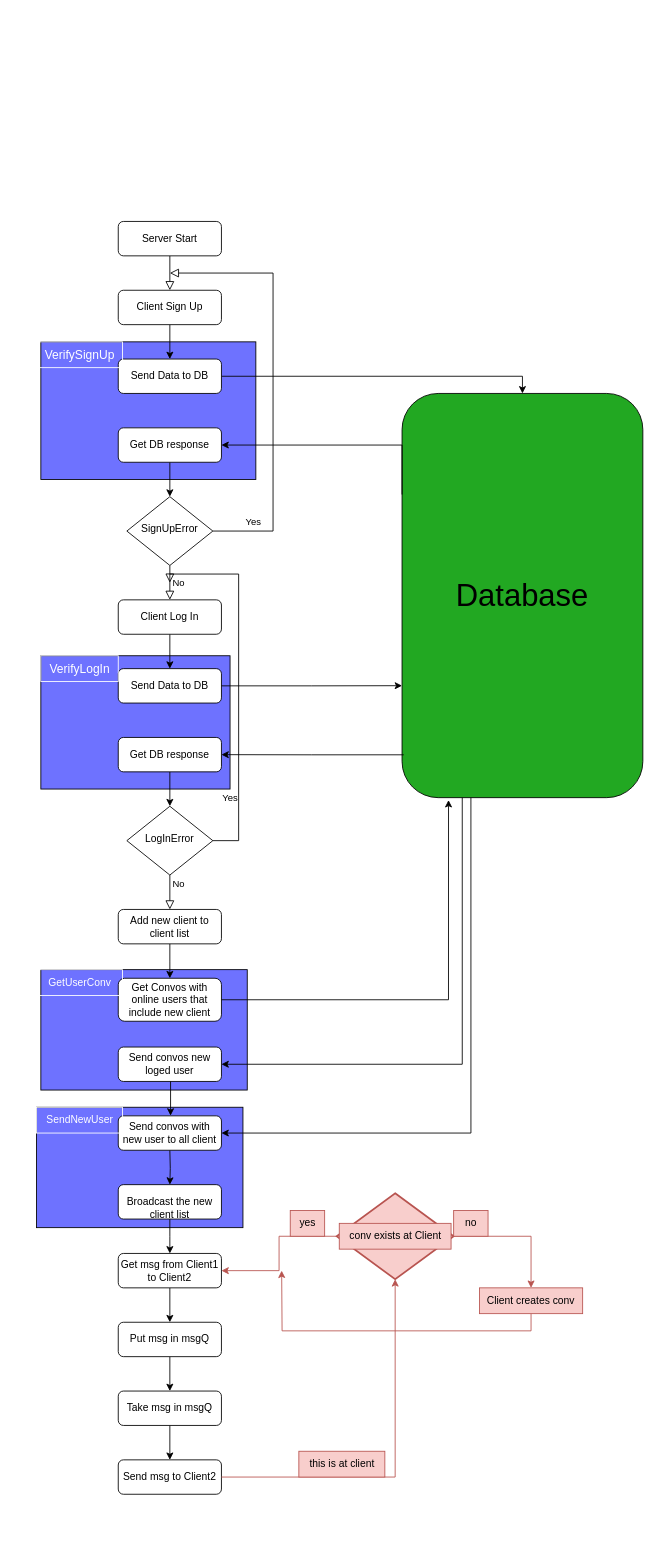
Earlier version of the draw.io diagram Documentatie/FlowChartServer.drawio (Bey0ndExistence/Proiect-IP). Source tidied: cells renumbered, new cells numbered last; positions are measured from the earlier drawing's top-left corner, leaving out a move shared by most shapes. Both pictures are drawn from the tidied source at 86%, with x=0, y=0 at pixel (36, 221).
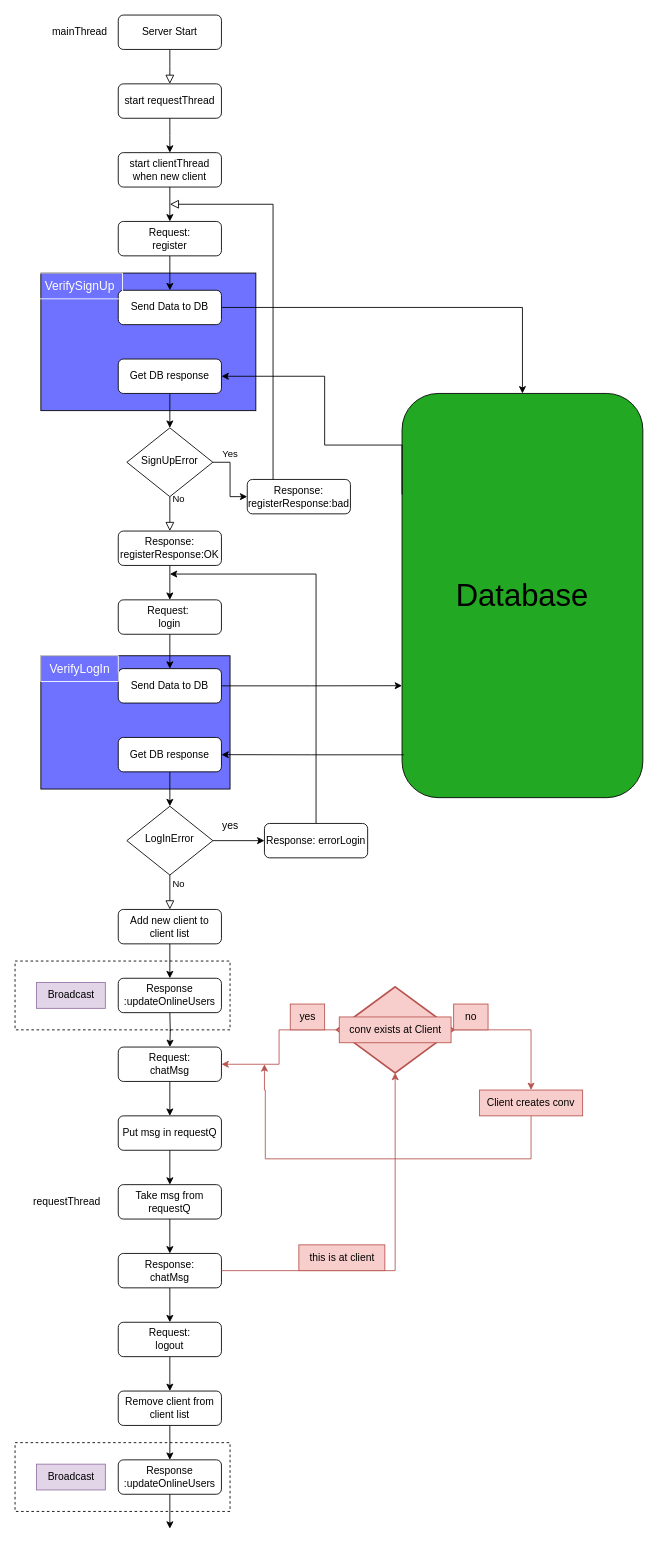
The same page after the edit.

Commit message:
server-side flowChart update

The change refers to these unchanged cells:
```xml
<mxCell id="18" value="LogInError" style="rhombus;whiteSpace=wrap;html=1;shadow=0;fontFamily=Helvetica;fontSize=12;align=center;strokeWidth=1;spacing=6;spacingTop=-4;" parent="1" vertex="1">
  <mxGeometry x="105" y="680" width="100" height="80" as="geometry" />
</mxCell>
<mxCell id="30" value="&lt;font style=&quot;font-size: 36px;&quot;&gt;Database&lt;/font&gt;" style="rounded=1;whiteSpace=wrap;html=1;fillColor=#22A822;" parent="1" vertex="1">
  <mxGeometry x="425" y="200" width="280" height="470" as="geometry" />
</mxCell>
```

The edit, as a diff of the source:
```diff
@@
+    <mxCell id="62" style="rounded=0;whiteSpace=wrap;html=1;dashed=1;" parent="1" vertex="1">
+      <mxGeometry x="-25" y="1420" width="250" height="80" as="geometry" />
+    </mxCell>
+    <mxCell id="63" style="rounded=0;whiteSpace=wrap;html=1;dashed=1;" parent="1" vertex="1">
+      <mxGeometry x="-25" y="860" width="250" height="80" as="geometry" />
+    </mxCell>
@@
     <mxCell id="4" style="strokeWidth=2;html=1;shape=mxgraph.flowchart.decision;whiteSpace=wrap;fillColor=#f8cecc;strokeColor=#b85450;" parent="1" vertex="1">
-      <mxGeometry x="349" y="1130" width="136" height="100" as="geometry" />
+      <mxGeometry x="349" y="890" width="136" height="100" as="geometry" />
     </mxCell>
-    <mxCell id="5" style="rounded=0;whiteSpace=wrap;html=1;fillColor=#6E72FF;" parent="1" vertex="1">
-      <mxGeometry y="1030" width="240" height="140" as="geometry" />
-    </mxCell>
-    <mxCell id="6" style="rounded=0;whiteSpace=wrap;html=1;fillColor=#6E72FF;" parent="1" vertex="1">
-      <mxGeometry x="5" y="870" width="240" height="140" as="geometry" />
-    </mxCell>
@@
     <mxCell id="8" style="rounded=0;whiteSpace=wrap;html=1;fillColor=#6E72FF;" parent="1" vertex="1">
-      <mxGeometry x="5" y="140" width="250" height="160" as="geometry" />
+      <mxGeometry x="5" y="60" width="250" height="160" as="geometry" />
     </mxCell>
-    <mxCell id="9" style="rounded=0;html=1;jettySize=auto;fontSize=11;endArrow=block;endFill=0;endSize=8;strokeWidth=1;shadow=0;labelBackgroundColor=none;edgeStyle=orthogonalEdgeStyle;" parent="1" edge="1" source="10" target="22">
-      <mxGeometry relative="1" as="geometry" />
+    <mxCell id="9" style="rounded=0;html=1;jettySize=auto;fontSize=11;endArrow=block;endFill=0;endSize=8;strokeWidth=1;shadow=0;labelBackgroundColor=none;edgeStyle=orthogonalEdgeStyle;" parent="1" edge="1" source="10">
+      <mxGeometry relative="1" as="geometry">
+        <mxPoint x="155" y="-160" as="targetPoint" />
+      </mxGeometry>
     </mxCell>
     <mxCell id="10" value="Server Start" style="rounded=1;whiteSpace=wrap;html=1;fontSize=12;glass=0;strokeWidth=1;shadow=0;" parent="1" vertex="1">
-      <mxGeometry x="95" width="120" height="40" as="geometry" />
+      <mxGeometry x="95" y="-240" width="120" height="40" as="geometry" />
     </mxCell>
-    <mxCell id="11" value="No" style="rounded=0;html=1;jettySize=auto;fontSize=11;endArrow=block;endFill=0;endSize=8;strokeWidth=1;shadow=0;labelBackgroundColor=none;edgeStyle=orthogonalEdgeStyle;" parent="1" edge="1" source="13" target="15">
-      <mxGeometry y="10" relative="1" as="geometry" />
+    <mxCell id="11" value="No" style="rounded=0;html=1;jettySize=auto;fontSize=11;endArrow=block;endFill=0;endSize=8;strokeWidth=1;shadow=0;labelBackgroundColor=none;edgeStyle=orthogonalEdgeStyle;" parent="1" edge="1" source="13">
+      <mxGeometry x="-0.83" y="10" relative="1" as="geometry">
+        <mxPoint x="155" y="360" as="targetPoint" />
+      </mxGeometry>
     </mxCell>
-    <mxCell id="12" value="Yes" style="edgeStyle=orthogonalEdgeStyle;rounded=0;html=1;jettySize=auto;fontSize=11;endArrow=block;endFill=0;endSize=8;strokeWidth=1;shadow=0;labelBackgroundColor=none;" parent="1" edge="1" source="13">
-      <mxGeometry x="-0.81" y="10" relative="1" as="geometry">
-        <mxPoint x="155" y="60" as="targetPoint" />
+    <mxCell id="12" value="Yes" style="edgeStyle=orthogonalEdgeStyle;rounded=0;html=1;jettySize=auto;fontSize=11;endArrow=block;endFill=0;endSize=8;strokeWidth=1;shadow=0;labelBackgroundColor=none;exitX=0.549;exitY=0.033;exitDx=0;exitDy=0;exitPerimeter=0;" parent="1" edge="1" source="73">
+      <mxGeometry x="-0.72" y="50" relative="1" as="geometry">
+        <mxPoint x="155" y="-20" as="targetPoint" />
         <Array as="points">
-          <mxPoint x="275" y="360" />
-          <mxPoint x="275" y="60" />
+          <mxPoint x="275" y="301" />
+          <mxPoint x="275" y="-20" />
         </Array>
       </mxGeometry>
     </mxCell>
+    <mxCell id="64" style="edgeStyle=orthogonalEdgeStyle;rounded=0;jettySize=auto;html=1;entryX=0;entryY=0.5;entryDx=0;entryDy=0;" parent="1" edge="1" source="13" target="73">
+      <mxGeometry relative="1" as="geometry" />
+    </mxCell>
     <mxCell id="13" value="SignUpError" style="rhombus;whiteSpace=wrap;html=1;shadow=0;fontFamily=Helvetica;fontSize=12;align=center;strokeWidth=1;spacing=6;spacingTop=-4;" parent="1" vertex="1">
-      <mxGeometry x="105" y="320" width="100" height="80" as="geometry" />
+      <mxGeometry x="105" y="240" width="100" height="80" as="geometry" />
     </mxCell>
@@
-    <mxCell id="15" value="Client Log In" style="rounded=1;whiteSpace=wrap;html=1;fontSize=12;glass=0;strokeWidth=1;shadow=0;" parent="1" vertex="1">
+    <mxCell id="15" value="&lt;div&gt;Request:&amp;nbsp;&lt;/div&gt;&lt;div&gt;login&lt;/div&gt;" style="rounded=1;whiteSpace=wrap;html=1;fontSize=12;glass=0;strokeWidth=1;shadow=0;" parent="1" vertex="1">
       <mxGeometry x="95" y="440" width="120" height="40" as="geometry" />
     </mxCell>
@@
-    <mxCell id="17" value="Yes" style="edgeStyle=orthogonalEdgeStyle;rounded=0;html=1;jettySize=auto;fontSize=11;endArrow=block;endFill=0;endSize=8;strokeWidth=1;shadow=0;labelBackgroundColor=none;exitX=1;exitY=0.5;exitDx=0;exitDy=0;" parent="1" edge="1" source="18">
-      <mxGeometry x="-0.63" y="10" relative="1" as="geometry">
-        <mxPoint x="155" y="420" as="targetPoint" />
-        <Array as="points">
-          <mxPoint x="235" y="720" />
-          <mxPoint x="235" y="410" />
-          <mxPoint x="155" y="410" />
-        </Array>
-      </mxGeometry>
-    </mxCell>
+    <mxCell id="65" style="edgeStyle=orthogonalEdgeStyle;rounded=0;jettySize=auto;html=1;entryX=0;entryY=0.5;entryDx=0;entryDy=0;" parent="1" edge="1" source="18" target="68">
+      <mxGeometry relative="1" as="geometry" />
+    </mxCell>
@@
     <mxCell id="21" style="edgeStyle=orthogonalEdgeStyle;rounded=0;jettySize=auto;html=1;" parent="1" edge="1" source="22">
       <mxGeometry relative="1" as="geometry">
-        <mxPoint x="155" y="160" as="targetPoint" />
+        <mxPoint x="155" y="80" as="targetPoint" />
       </mxGeometry>
     </mxCell>
-    <mxCell id="22" value="Client Sign Up" style="rounded=1;whiteSpace=wrap;html=1;fontSize=12;glass=0;strokeWidth=1;shadow=0;" parent="1" vertex="1">
-      <mxGeometry x="95" y="80" width="120" height="40" as="geometry" />
+    <mxCell id="22" value="&lt;div&gt;Request:&lt;br&gt;&lt;/div&gt;&lt;div&gt;register&lt;/div&gt;" style="rounded=1;whiteSpace=wrap;html=1;fontSize=12;glass=0;strokeWidth=1;shadow=0;" parent="1" vertex="1">
+      <mxGeometry x="95" width="120" height="40" as="geometry" />
     </mxCell>
-    <mxCell id="23" style="edgeStyle=orthogonalEdgeStyle;rounded=0;jettySize=auto;html=1;entryX=0.5;entryY=0;entryDx=0;entryDy=0;" parent="1" edge="1" source="24">
+    <mxCell id="23" style="edgeStyle=orthogonalEdgeStyle;rounded=0;orthogonalLoop=1;jettySize=auto;html=1;entryX=0.5;entryY=0;entryDx=0;entryDy=0;" parent="1" edge="1">
       <mxGeometry relative="1" as="geometry">
-        <mxPoint x="155" y="1200" as="targetPoint" />
+        <mxPoint x="155" y="920" as="sourcePoint" />
+        <mxPoint x="155" y="960" as="targetPoint" />
       </mxGeometry>
     </mxCell>
-    <mxCell id="24" value="&lt;br&gt;Broadcast the new client list" style="rounded=1;whiteSpace=wrap;html=1;fontSize=12;glass=0;strokeWidth=1;shadow=0;" parent="1" vertex="1">
-      <mxGeometry x="95" y="1120" width="120" height="40" as="geometry" />
-    </mxCell>
@@
-    <mxCell id="26" value="Get msg from Client1 to Client2" style="rounded=1;whiteSpace=wrap;html=1;fontSize=12;glass=0;strokeWidth=1;shadow=0;" parent="1" vertex="1">
-      <mxGeometry x="95" y="1200" width="120" height="40" as="geometry" />
+    <mxCell id="26" value="&lt;div&gt;Request:&lt;/div&gt;&lt;div&gt;chatMsg&lt;br&gt;&lt;/div&gt;" style="rounded=1;whiteSpace=wrap;html=1;fontSize=12;glass=0;strokeWidth=1;shadow=0;" parent="1" vertex="1">
+      <mxGeometry x="95" y="960" width="120" height="40" as="geometry" />
     </mxCell>
-    <mxCell id="27" style="edgeStyle=orthogonalEdgeStyle;rounded=0;jettySize=auto;html=1;entryX=0.5;entryY=0;entryDx=0;entryDy=0;" parent="1" edge="1" target="24">
-      <mxGeometry relative="1" as="geometry">
-        <mxPoint x="155" y="1080" as="sourcePoint" />
-      </mxGeometry>
-    </mxCell>
@@
     <mxCell id="29" value="Send Data to DB" style="rounded=1;whiteSpace=wrap;html=1;fontSize=12;glass=0;strokeWidth=1;shadow=0;" parent="1" vertex="1">
-      <mxGeometry x="95" y="160" width="120" height="40" as="geometry" />
+      <mxGeometry x="95" y="80" width="120" height="40" as="geometry" />
     </mxCell>
@@
     <mxCell id="31" style="edgeStyle=orthogonalEdgeStyle;rounded=0;jettySize=auto;html=1;exitX=0;exitY=0.25;exitDx=0;exitDy=0;" parent="1" edge="1" source="30" target="33">
       <mxGeometry relative="1" as="geometry">
         <Array as="points">
           <mxPoint x="425" y="260" />
+          <mxPoint x="335" y="260" />
+          <mxPoint x="335" y="180" />
         </Array>
       </mxGeometry>
     </mxCell>
@@
     <mxCell id="33" value="Get DB response" style="rounded=1;whiteSpace=wrap;html=1;fontSize=12;glass=0;strokeWidth=1;shadow=0;" parent="1" vertex="1">
-      <mxGeometry x="95" y="240" width="120" height="40" as="geometry" />
+      <mxGeometry x="95" y="160" width="120" height="40" as="geometry" />
     </mxCell>
@@
-    <mxCell id="39" value="Get Convos with online users that include new client" style="rounded=1;whiteSpace=wrap;html=1;fontSize=12;glass=0;strokeWidth=1;shadow=0;" parent="1" vertex="1">
-      <mxGeometry x="95" y="880" width="120" height="50" as="geometry" />
-    </mxCell>
-    <mxCell id="40" style="edgeStyle=orthogonalEdgeStyle;rounded=0;jettySize=auto;html=1;entryX=0.193;entryY=1.006;entryDx=0;entryDy=0;entryPerimeter=0;" parent="1" edge="1" source="39" target="30">
-      <mxGeometry relative="1" as="geometry" />
-    </mxCell>
-    <mxCell id="41" style="edgeStyle=orthogonalEdgeStyle;rounded=0;jettySize=auto;html=1;exitX=0.25;exitY=1;exitDx=0;exitDy=0;" parent="1" edge="1" source="30" target="42">
-      <mxGeometry relative="1" as="geometry">
-        <Array as="points">
-          <mxPoint x="495" y="980" />
-        </Array>
-      </mxGeometry>
-    </mxCell>
-    <mxCell id="42" value="Send convos new loged user" style="rounded=1;whiteSpace=wrap;html=1;fontSize=12;glass=0;strokeWidth=1;shadow=0;" parent="1" vertex="1">
-      <mxGeometry x="95" y="960" width="120" height="40" as="geometry" />
-    </mxCell>
-    <mxCell id="43" style="edgeStyle=orthogonalEdgeStyle;rounded=0;jettySize=auto;html=1;exitX=0.286;exitY=1;exitDx=0;exitDy=0;exitPerimeter=0;entryX=1;entryY=0.5;entryDx=0;entryDy=0;" parent="1" edge="1" source="30" target="44">
-      <mxGeometry relative="1" as="geometry">
-        <Array as="points">
-          <mxPoint x="505" y="1060" />
-        </Array>
-      </mxGeometry>
-    </mxCell>
-    <mxCell id="44" value="Send convos with new user to all client " style="rounded=1;whiteSpace=wrap;html=1;fontSize=12;glass=0;strokeWidth=1;shadow=0;" parent="1" vertex="1">
-      <mxGeometry x="95" y="1040" width="120" height="40" as="geometry" />
-    </mxCell>
-    <mxCell id="45" style="edgeStyle=orthogonalEdgeStyle;rounded=0;jettySize=auto;html=1;entryX=0.507;entryY=-0.007;entryDx=0;entryDy=0;entryPerimeter=0;" parent="1" edge="1" source="42" target="44">
-      <mxGeometry relative="1" as="geometry">
-        <Array as="points">
-          <mxPoint x="155" y="1040" />
-        </Array>
-      </mxGeometry>
-    </mxCell>
     <mxCell id="46" value="&lt;font color=&quot;#ffffff&quot; style=&quot;font-size: 14px;&quot;&gt;VerifySignUp&lt;/font&gt;" style="text;html=1;align=center;verticalAlign=middle;strokeColor=#FFFFFF;fillColor=none;" parent="1" vertex="1">
-      <mxGeometry y="140" width="100" height="30" as="geometry" />
+      <mxGeometry y="60" width="100" height="30" as="geometry" />
     </mxCell>
@@
-    <mxCell id="48" value="&lt;font color=&quot;#ffffff&quot;&gt;GetUserConv&lt;/font&gt;" style="text;html=1;align=center;verticalAlign=middle;strokeColor=#FFFFFF;fillColor=none;" parent="1" vertex="1">
-      <mxGeometry y="870" width="100" height="30" as="geometry" />
-    </mxCell>
-    <mxCell id="49" value="&lt;font color=&quot;#ffffff&quot;&gt;SendNewUser&lt;/font&gt;" style="text;html=1;align=center;verticalAlign=middle;strokeColor=#FFFFFF;fillColor=none;" parent="1" vertex="1">
-      <mxGeometry y="1030" width="100" height="30" as="geometry" />
-    </mxCell>
@@
-    <mxCell id="51" value="Put msg in msgQ" style="rounded=1;whiteSpace=wrap;html=1;fontSize=12;glass=0;strokeWidth=1;shadow=0;" parent="1" vertex="1">
-      <mxGeometry x="95" y="1280" width="120" height="40" as="geometry" />
+    <mxCell id="51" value="Put msg in requestQ" style="rounded=1;whiteSpace=wrap;html=1;fontSize=12;glass=0;strokeWidth=1;shadow=0;" parent="1" vertex="1">
+      <mxGeometry x="95" y="1040" width="120" height="40" as="geometry" />
     </mxCell>
+    <mxCell id="66" style="edgeStyle=orthogonalEdgeStyle;rounded=0;jettySize=auto;html=1;" parent="1" edge="1" source="52">
+      <mxGeometry relative="1" as="geometry">
+        <mxPoint x="155" y="1280" as="targetPoint" />
+      </mxGeometry>
+    </mxCell>
-    <mxCell id="52" value="Send msg to Client2" style="rounded=1;whiteSpace=wrap;html=1;fontSize=12;glass=0;strokeWidth=1;shadow=0;" parent="1" vertex="1">
-      <mxGeometry x="95" y="1440" width="120" height="40" as="geometry" />
+    <mxCell id="52" value="&lt;div&gt;Response:&lt;/div&gt;&lt;div&gt;chatMsg&lt;br&gt;&lt;/div&gt;" style="rounded=1;whiteSpace=wrap;html=1;fontSize=12;glass=0;strokeWidth=1;shadow=0;" parent="1" vertex="1">
+      <mxGeometry x="95" y="1200" width="120" height="40" as="geometry" />
     </mxCell>
@@
-    <mxCell id="54" value="Take msg in msgQ" style="rounded=1;whiteSpace=wrap;html=1;fontSize=12;glass=0;strokeWidth=1;shadow=0;" parent="1" vertex="1">
-      <mxGeometry x="95" y="1360" width="120" height="40" as="geometry" />
+    <mxCell id="54" value="Take msg from requestQ" style="rounded=1;whiteSpace=wrap;html=1;fontSize=12;glass=0;strokeWidth=1;shadow=0;" parent="1" vertex="1">
+      <mxGeometry x="95" y="1120" width="120" height="40" as="geometry" />
     </mxCell>
     <mxCell id="55" value="&lt;font style=&quot;font-size: 12px;&quot;&gt;conv exists at Client&lt;/font&gt;" style="text;html=1;align=center;verticalAlign=middle;strokeColor=#b85450;fillColor=#f8cecc;" parent="1" vertex="1">
-      <mxGeometry x="352" y="1165" width="130" height="30" as="geometry" />
+      <mxGeometry x="352" y="925" width="130" height="30" as="geometry" />
     </mxCell>
     <mxCell id="56" value="no" style="text;html=1;align=center;verticalAlign=middle;strokeColor=#b85450;fillColor=#f8cecc;" parent="1" vertex="1">
-      <mxGeometry x="485" y="1150" width="40" height="30" as="geometry" />
+      <mxGeometry x="485" y="910" width="40" height="30" as="geometry" />
     </mxCell>
     <mxCell id="57" style="edgeStyle=orthogonalEdgeStyle;rounded=0;jettySize=auto;html=1;exitX=0.5;exitY=1;exitDx=0;exitDy=0;fillColor=#f8cecc;strokeColor=#b85450;" parent="1" edge="1" source="58">
       <mxGeometry relative="1" as="geometry">
-        <mxPoint x="285" y="1220" as="targetPoint" />
+        <mxPoint x="265" y="980" as="targetPoint" />
+        <Array as="points">
+          <mxPoint x="575" y="1090" />
+          <mxPoint x="266" y="1090" />
+          <mxPoint x="266" y="1010" />
+        </Array>
       </mxGeometry>
     </mxCell>
     <mxCell id="58" value="Client creates conv" style="whiteSpace=wrap;html=1;fillColor=#f8cecc;strokeColor=#b85450;" parent="1" vertex="1">
-      <mxGeometry x="515" y="1240" width="120" height="30" as="geometry" />
+      <mxGeometry x="515" y="1010" width="120" height="30" as="geometry" />
     </mxCell>
     <mxCell id="59" value="yes" style="text;html=1;align=center;verticalAlign=middle;strokeColor=#b85450;fillColor=#f8cecc;" parent="1" vertex="1">
-      <mxGeometry x="295" y="1150" width="40" height="30" as="geometry" />
+      <mxGeometry x="295" y="910" width="40" height="30" as="geometry" />
     </mxCell>
@@
     <mxCell id="61" value="this is at client" style="text;html=1;align=center;verticalAlign=middle;strokeColor=#b85450;fillColor=#f8cecc;" parent="1" vertex="1">
-      <mxGeometry x="305" y="1430" width="100" height="30" as="geometry" />
+      <mxGeometry x="305" y="1190" width="100" height="30" as="geometry" />
     </mxCell>
+    <mxCell id="67" style="rounded=0;jettySize=auto;html=1;edgeStyle=orthogonalEdgeStyle;" parent="1" edge="1" source="68">
+      <mxGeometry relative="1" as="geometry">
+        <mxPoint x="155" y="410" as="targetPoint" />
+        <Array as="points">
+          <mxPoint x="325" y="410" />
+        </Array>
+      </mxGeometry>
+    </mxCell>
+    <mxCell id="68" value="&lt;div&gt;Response: errorLogin&lt;br&gt;&lt;/div&gt;" style="rounded=1;whiteSpace=wrap;html=1;fontSize=12;glass=0;strokeWidth=1;shadow=0;" parent="1" vertex="1">
+      <mxGeometry x="265" y="700" width="120" height="40" as="geometry" />
+    </mxCell>
+    <mxCell id="69" value="yes" style="text;html=1;align=center;verticalAlign=middle;strokeColor=none;fillColor=none;" parent="1" vertex="1">
+      <mxGeometry x="205" y="688" width="40" height="30" as="geometry" />
+    </mxCell>
+    <mxCell id="70" value="&lt;div&gt;Response :updateOnlineUsers&lt;/div&gt;" style="rounded=1;whiteSpace=wrap;html=1;fontSize=12;glass=0;strokeWidth=1;shadow=0;" parent="1" vertex="1">
+      <mxGeometry x="95" y="880" width="120" height="40" as="geometry" />
+    </mxCell>
+    <mxCell id="71" style="edgeStyle=orthogonalEdgeStyle;rounded=0;jettySize=auto;html=1;entryX=0.5;entryY=0;entryDx=0;entryDy=0;" parent="1" edge="1" source="72" target="15">
+      <mxGeometry relative="1" as="geometry" />
+    </mxCell>
+    <mxCell id="72" value="&lt;div&gt;Response:&lt;/div&gt;&lt;div&gt;registerResponse:OK&lt;br&gt;&lt;/div&gt;" style="rounded=1;whiteSpace=wrap;html=1;fontSize=12;glass=0;strokeWidth=1;shadow=0;" parent="1" vertex="1">
+      <mxGeometry x="95" y="360" width="120" height="40" as="geometry" />
+    </mxCell>
+    <mxCell id="73" value="&lt;div&gt;Response:&lt;/div&gt;&lt;div&gt;registerResponse:bad&lt;/div&gt;" style="rounded=1;whiteSpace=wrap;html=1;fontSize=12;glass=0;strokeWidth=1;shadow=0;" parent="1" vertex="1">
+      <mxGeometry x="245" y="300" width="120" height="40" as="geometry" />
+    </mxCell>
+    <mxCell id="74" value="Broadcast" style="text;html=1;align=center;verticalAlign=middle;strokeColor=#9673a6;fillColor=#e1d5e7;" parent="1" vertex="1">
+      <mxGeometry y="885" width="80" height="30" as="geometry" />
+    </mxCell>
+    <mxCell id="75" value="requestThread" style="text;html=1;align=center;verticalAlign=middle;strokeColor=none;fillColor=none;" parent="1" vertex="1">
+      <mxGeometry x="-15" y="1125" width="100" height="30" as="geometry" />
+    </mxCell>
+    <mxCell id="76" style="edgeStyle=orthogonalEdgeStyle;rounded=0;jettySize=auto;html=1;" parent="1" edge="1" source="77">
+      <mxGeometry relative="1" as="geometry">
+        <mxPoint x="155" y="1360" as="targetPoint" />
+      </mxGeometry>
+    </mxCell>
+    <mxCell id="77" value="&lt;div&gt;Request:&lt;/div&gt;&lt;div&gt;logout&lt;br&gt;&lt;/div&gt;" style="rounded=1;whiteSpace=wrap;html=1;fontSize=12;glass=0;strokeWidth=1;shadow=0;" parent="1" vertex="1">
+      <mxGeometry x="95" y="1280" width="120" height="40" as="geometry" />
+    </mxCell>
+    <mxCell id="78" style="edgeStyle=orthogonalEdgeStyle;rounded=0;jettySize=auto;html=1;" parent="1" edge="1" source="79">
+      <mxGeometry relative="1" as="geometry">
+        <mxPoint x="155" y="1440" as="targetPoint" />
+      </mxGeometry>
+    </mxCell>
+    <mxCell id="79" value="&lt;div&gt;Remove client from client list&lt;/div&gt;" style="rounded=1;whiteSpace=wrap;html=1;fontSize=12;glass=0;strokeWidth=1;shadow=0;" parent="1" vertex="1">
+      <mxGeometry x="95" y="1360" width="120" height="40" as="geometry" />
+    </mxCell>
+    <mxCell id="80" style="edgeStyle=orthogonalEdgeStyle;rounded=0;jettySize=auto;html=1;" parent="1" edge="1" source="81">
+      <mxGeometry relative="1" as="geometry">
+        <mxPoint x="155" y="1520" as="targetPoint" />
+      </mxGeometry>
+    </mxCell>
+    <mxCell id="81" value="&lt;div&gt;Response :updateOnlineUsers&lt;/div&gt;" style="rounded=1;whiteSpace=wrap;html=1;fontSize=12;glass=0;strokeWidth=1;shadow=0;" parent="1" vertex="1">
+      <mxGeometry x="95" y="1440" width="120" height="40" as="geometry" />
+    </mxCell>
+    <mxCell id="82" value="Broadcast" style="text;html=1;align=center;verticalAlign=middle;strokeColor=#9673a6;fillColor=#e1d5e7;" parent="1" vertex="1">
+      <mxGeometry y="1445" width="80" height="30" as="geometry" />
+    </mxCell>
+    <mxCell id="83" value="mainThread" style="text;html=1;align=center;verticalAlign=middle;strokeColor=none;fillColor=none;" parent="1" vertex="1">
+      <mxGeometry x="5" y="-235" width="90" height="30" as="geometry" />
+    </mxCell>
+    <mxCell id="84" style="edgeStyle=orthogonalEdgeStyle;rounded=0;jettySize=auto;html=1;" parent="1" edge="1" source="85">
+      <mxGeometry relative="1" as="geometry">
+        <mxPoint x="155" y="-80" as="targetPoint" />
+      </mxGeometry>
+    </mxCell>
+    <mxCell id="85" value="start requestThread" style="rounded=1;whiteSpace=wrap;html=1;fontSize=12;glass=0;strokeWidth=1;shadow=0;" parent="1" vertex="1">
+      <mxGeometry x="95" y="-160" width="120" height="40" as="geometry" />
+    </mxCell>
+    <mxCell id="86" style="edgeStyle=orthogonalEdgeStyle;rounded=0;jettySize=auto;html=1;entryX=0.5;entryY=0;entryDx=0;entryDy=0;" parent="1" edge="1" source="87" target="22">
+      <mxGeometry relative="1" as="geometry" />
+    </mxCell>
+    <mxCell id="87" value="start clientThread when new client" style="rounded=1;whiteSpace=wrap;html=1;fontSize=12;glass=0;strokeWidth=1;shadow=0;" parent="1" vertex="1">
+      <mxGeometry x="95" y="-80" width="120" height="40" as="geometry" />
+    </mxCell>
```
